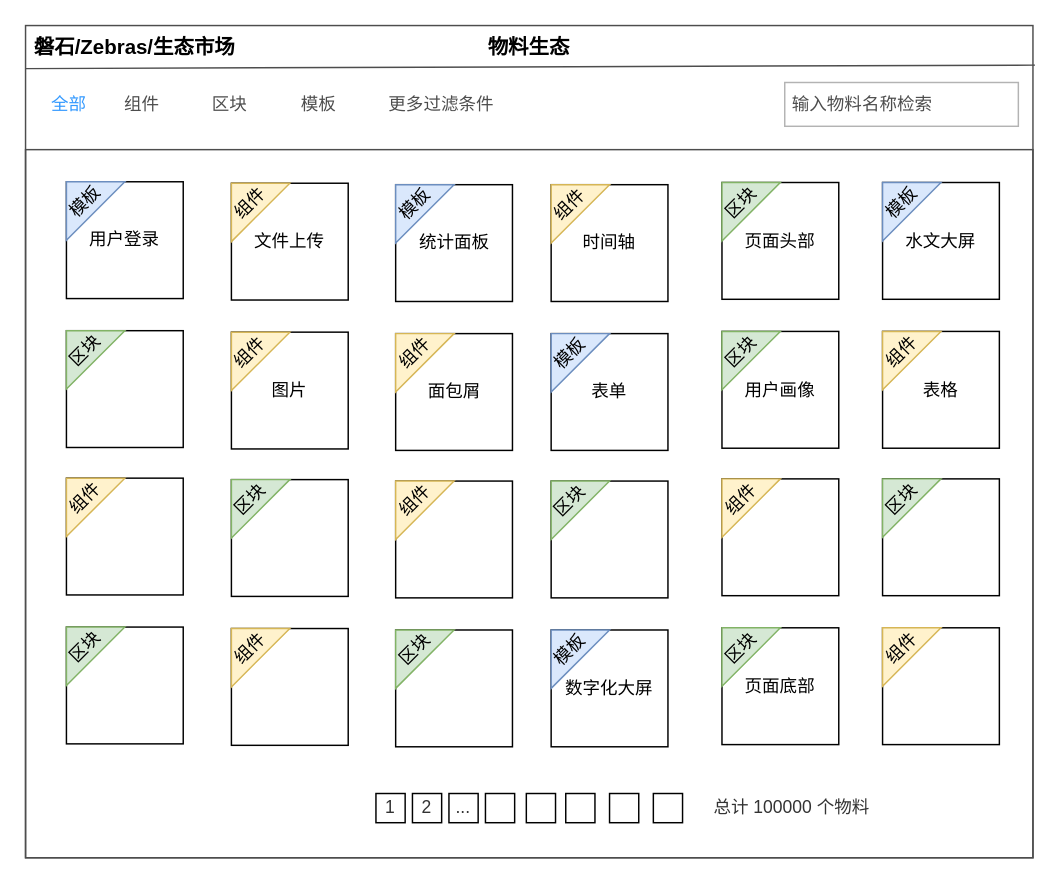
This is 低代码—物料市场.drawio from tangyaosimida/love, a draw.io file, before an edit. Source tidied: cells renumbered, new cells numbered last; positions are measured from the earlier drawing's top-left corner, leaving out a move shared by most shapes. Both pictures are drawn from the tidied source at 146%, with x=0, y=0 at pixel (25, 25).
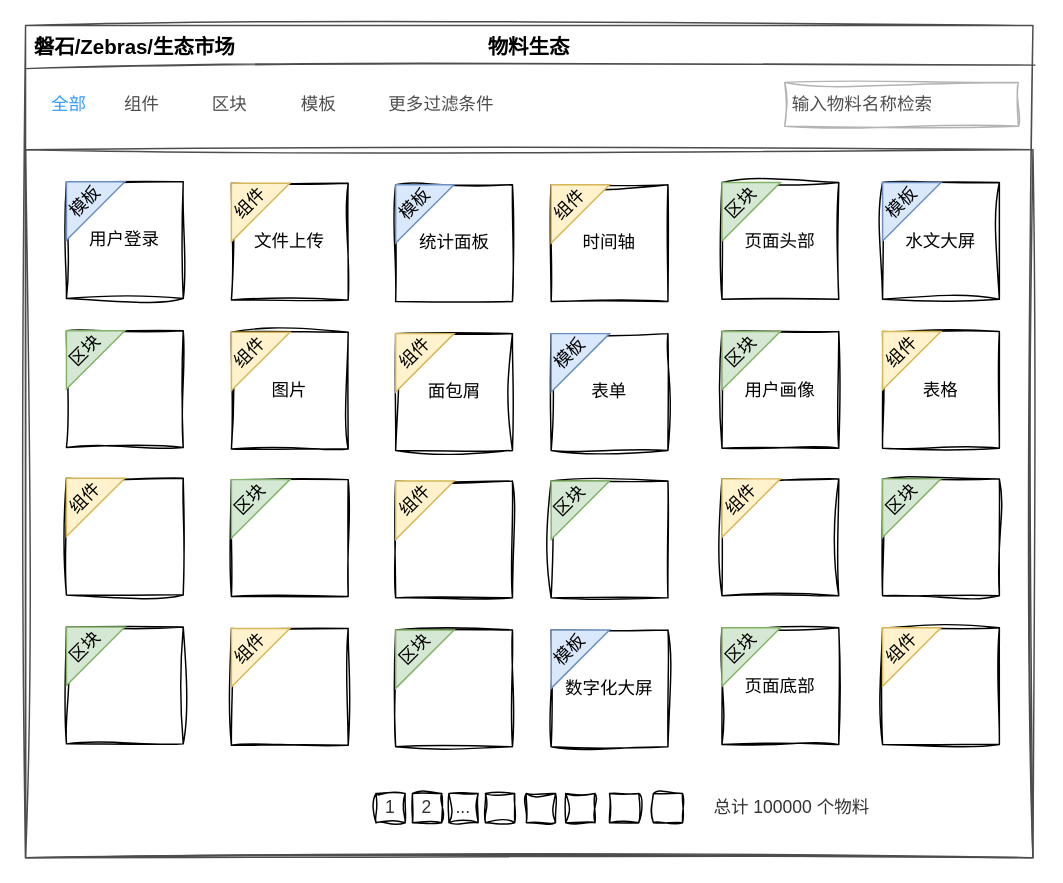
After the change.

Commit message (it also covers changes not shown here):
更新低代码—物料市场.drawio

What changed in the source:
```diff
@@
-    <mxCell id="2" style="rounded=0;whiteSpace=wrap;html=1;fillColor=none;strokeColor=#4D4D4D;shadow=0;" parent="1" vertex="1">
+    <mxCell id="2" style="rounded=0;whiteSpace=wrap;html=1;fillColor=none;strokeColor=#4D4D4D;shadow=0;sketch=1;curveFitting=1;jiggle=2;" parent="1" vertex="1">
       <mxGeometry width="690" height="570" as="geometry" />
     </mxCell>
-    <mxCell id="3" style="rounded=0;whiteSpace=wrap;html=1;fillColor=none;strokeColor=#4D4D4D;shadow=0;" parent="1" vertex="1">
+    <mxCell id="3" style="rounded=0;whiteSpace=wrap;html=1;fillColor=none;strokeColor=#4D4D4D;shadow=0;sketch=1;curveFitting=1;jiggle=2;" parent="1" vertex="1">
       <mxGeometry y="85" width="690" height="485" as="geometry" />
     </mxCell>
-    <mxCell id="4" value="物料生态" style="text;html=1;align=center;verticalAlign=middle;whiteSpace=wrap;rounded=0;fontSize=14;fontStyle=1;shadow=0;" parent="1" vertex="1">
+    <mxCell id="4" value="物料生态" style="text;html=1;align=center;verticalAlign=middle;whiteSpace=wrap;rounded=0;fontSize=14;fontStyle=1;shadow=0;sketch=1;curveFitting=1;jiggle=2;" parent="1" vertex="1">
       <mxGeometry x="315" width="60" height="30" as="geometry" />
     </mxCell>
-    <mxCell id="5" value="磐石/Zebras/生态市场" style="text;html=1;align=center;verticalAlign=middle;whiteSpace=wrap;rounded=0;fontSize=14;fontStyle=1;shadow=0;" parent="1" vertex="1">
+    <mxCell id="5" value="磐石/Zebras/生态市场" style="text;html=1;align=center;verticalAlign=middle;whiteSpace=wrap;rounded=0;fontSize=14;fontStyle=1;shadow=0;sketch=1;curveFitting=1;jiggle=2;" parent="1" vertex="1">
       <mxGeometry width="150" height="30" as="geometry" />
     </mxCell>
-    <mxCell id="6" value="&lt;font color=&quot;#4d4d4d&quot;&gt;&amp;nbsp;输入物料名称检索&lt;/font&gt;" style="text;html=1;align=left;verticalAlign=middle;whiteSpace=wrap;rounded=0;strokeColor=#B3B3B3;shadow=0;" parent="1" vertex="1">
+    <mxCell id="6" value="&lt;font color=&quot;#4d4d4d&quot;&gt;&amp;nbsp;输入物料名称检索&lt;/font&gt;" style="text;html=1;align=left;verticalAlign=middle;whiteSpace=wrap;rounded=0;strokeColor=#B3B3B3;shadow=0;sketch=1;curveFitting=1;jiggle=2;" parent="1" vertex="1">
       <mxGeometry x="520" y="39" width="160" height="30" as="geometry" />
     </mxCell>
-    <mxCell id="7" value="全部" style="text;html=1;align=center;verticalAlign=middle;whiteSpace=wrap;rounded=0;fontColor=#3399FF;shadow=0;" parent="1" vertex="1">
+    <mxCell id="7" value="全部" style="text;html=1;align=center;verticalAlign=middle;whiteSpace=wrap;rounded=0;fontColor=#3399FF;shadow=0;sketch=1;curveFitting=1;jiggle=2;" parent="1" vertex="1">
       <mxGeometry y="39" width="60" height="30" as="geometry" />
     </mxCell>
-    <mxCell id="8" value="组件" style="text;html=1;align=center;verticalAlign=middle;whiteSpace=wrap;rounded=0;fontColor=#4D4D4D;shadow=0;" parent="1" vertex="1">
+    <mxCell id="8" value="组件" style="text;html=1;align=center;verticalAlign=middle;whiteSpace=wrap;rounded=0;fontColor=#4D4D4D;shadow=0;sketch=1;curveFitting=1;jiggle=2;" parent="1" vertex="1">
       <mxGeometry x="60" y="39" width="40" height="30" as="geometry" />
     </mxCell>
-    <mxCell id="9" value="&lt;font&gt;区块&lt;/font&gt;" style="text;html=1;align=center;verticalAlign=middle;whiteSpace=wrap;rounded=0;shadow=0;fontColor=#4D4D4D;" parent="1" vertex="1">
+    <mxCell id="9" value="&lt;font&gt;区块&lt;/font&gt;" style="text;html=1;align=center;verticalAlign=middle;whiteSpace=wrap;rounded=0;shadow=0;fontColor=#4D4D4D;sketch=1;curveFitting=1;jiggle=2;" parent="1" vertex="1">
       <mxGeometry x="120" y="39" width="40" height="30" as="geometry" />
     </mxCell>
-    <mxCell id="10" value="&lt;font&gt;模板&lt;/font&gt;" style="text;html=1;align=center;verticalAlign=middle;whiteSpace=wrap;rounded=0;shadow=0;fontColor=#4D4D4D;" parent="1" vertex="1">
+    <mxCell id="10" value="&lt;font&gt;模板&lt;/font&gt;" style="text;html=1;align=center;verticalAlign=middle;whiteSpace=wrap;rounded=0;shadow=0;fontColor=#4D4D4D;sketch=1;curveFitting=1;jiggle=2;" parent="1" vertex="1">
       <mxGeometry x="181" y="39" width="40" height="30" as="geometry" />
     </mxCell>
-    <mxCell id="11" style="whiteSpace=wrap;html=1;fillColor=none;shadow=0;fontColor=#333333;" parent="1" vertex="1">
+    <mxCell id="11" style="whiteSpace=wrap;html=1;fillColor=none;shadow=0;fontColor=#333333;sketch=1;curveFitting=1;jiggle=2;" parent="1" vertex="1">
       <mxGeometry x="343" y="526" width="20" height="20" as="geometry" />
     </mxCell>
-    <mxCell id="12" style="whiteSpace=wrap;html=1;fillColor=none;shadow=0;fontColor=#333333;" parent="1" vertex="1">
+    <mxCell id="12" style="whiteSpace=wrap;html=1;fillColor=none;shadow=0;fontColor=#333333;sketch=1;curveFitting=1;jiggle=2;" parent="1" vertex="1">
       <mxGeometry x="315" y="526" width="20" height="20" as="geometry" />
     </mxCell>
-    <mxCell id="13" value="..." style="whiteSpace=wrap;html=1;fillColor=none;shadow=0;fontColor=#333333;" parent="1" vertex="1">
+    <mxCell id="13" value="..." style="whiteSpace=wrap;html=1;fillColor=none;shadow=0;fontColor=#333333;sketch=1;curveFitting=1;jiggle=2;" parent="1" vertex="1">
       <mxGeometry x="290" y="526" width="20" height="20" as="geometry" />
     </mxCell>
-    <mxCell id="14" value="2" style="whiteSpace=wrap;html=1;fillColor=none;shadow=0;fontColor=#333333;" parent="1" vertex="1">
+    <mxCell id="14" value="2" style="whiteSpace=wrap;html=1;fillColor=none;shadow=0;fontColor=#333333;sketch=1;curveFitting=1;jiggle=2;" parent="1" vertex="1">
       <mxGeometry x="265" y="526" width="20" height="20" as="geometry" />
     </mxCell>
-    <mxCell id="15" value="1" style="whiteSpace=wrap;html=1;fillColor=none;shadow=0;fontColor=#333333;" parent="1" vertex="1">
+    <mxCell id="15" value="1" style="whiteSpace=wrap;html=1;fillColor=none;shadow=0;fontColor=#333333;sketch=1;curveFitting=1;jiggle=2;" parent="1" vertex="1">
       <mxGeometry x="240" y="526" width="20" height="20" as="geometry" />
     </mxCell>
-    <mxCell id="16" style="whiteSpace=wrap;html=1;fillColor=none;shadow=0;fontColor=#333333;" parent="1" vertex="1">
+    <mxCell id="16" style="whiteSpace=wrap;html=1;fillColor=none;shadow=0;fontColor=#333333;sketch=1;curveFitting=1;jiggle=2;" parent="1" vertex="1">
       <mxGeometry x="370" y="526" width="20" height="20" as="geometry" />
     </mxCell>
-    <mxCell id="17" style="whiteSpace=wrap;html=1;fillColor=none;shadow=0;fontColor=#333333;" parent="1" vertex="1">
+    <mxCell id="17" style="whiteSpace=wrap;html=1;fillColor=none;shadow=0;fontColor=#333333;sketch=1;curveFitting=1;jiggle=2;" parent="1" vertex="1">
       <mxGeometry x="400" y="526" width="20" height="20" as="geometry" />
     </mxCell>
-    <mxCell id="18" style="whiteSpace=wrap;html=1;fillColor=none;shadow=0;fontColor=#333333;" parent="1" vertex="1">
+    <mxCell id="18" style="whiteSpace=wrap;html=1;fillColor=none;shadow=0;fontColor=#333333;sketch=1;curveFitting=1;jiggle=2;" parent="1" vertex="1">
       <mxGeometry x="430" y="526" width="20" height="20" as="geometry" />
     </mxCell>
-    <mxCell id="19" value="总计 100000 个物料" style="text;html=1;align=center;verticalAlign=middle;whiteSpace=wrap;rounded=0;shadow=0;fontColor=#333333;" parent="1" vertex="1">
+    <mxCell id="19" value="总计 100000 个物料" style="text;html=1;align=center;verticalAlign=middle;whiteSpace=wrap;rounded=0;shadow=0;fontColor=#333333;sketch=1;curveFitting=1;jiggle=2;" parent="1" vertex="1">
       <mxGeometry x="470" y="521" width="110" height="30" as="geometry" />
     </mxCell>
-    <mxCell id="20" style="endArrow=none;html=1;rounded=0;entryX=1.002;entryY=0.034;entryDx=0;entryDy=0;entryPerimeter=0;exitX=0;exitY=0.75;exitDx=0;exitDy=0;strokeColor=#4D4D4D;shadow=0;" parent="1" edge="1">
+    <mxCell id="20" style="endArrow=none;html=1;rounded=0;entryX=1.002;entryY=0.034;entryDx=0;entryDy=0;entryPerimeter=0;exitX=0;exitY=0.75;exitDx=0;exitDy=0;strokeColor=#4D4D4D;shadow=0;sketch=1;curveFitting=1;jiggle=2;" parent="1" edge="1">
       <mxGeometry relative="1" as="geometry">
         <mxPoint y="29.5" as="sourcePoint" />
         <mxPoint x="691.4" y="27.1" as="targetPoint" />
       </mxGeometry>
     </mxCell>
-    <mxCell id="21" value="&lt;font color=&quot;#4d4d4d&quot;&gt;更多过滤条件&lt;/font&gt;" style="text;html=1;align=center;verticalAlign=middle;whiteSpace=wrap;rounded=0;shadow=0;fontColor=#333333;fillColor=none;strokeColor=none;" parent="1" vertex="1">
+    <mxCell id="21" value="&lt;font color=&quot;#4d4d4d&quot;&gt;更多过滤条件&lt;/font&gt;" style="text;html=1;align=center;verticalAlign=middle;whiteSpace=wrap;rounded=0;shadow=0;fontColor=#333333;fillColor=none;strokeColor=none;sketch=1;curveFitting=1;jiggle=2;" parent="1" vertex="1">
       <mxGeometry x="240" y="39" width="90" height="30" as="geometry" />
     </mxCell>
-    <mxCell id="22" value="用户登录" style="whiteSpace=wrap;html=1;" parent="1" vertex="1">
+    <mxCell id="22" value="用户登录" style="whiteSpace=wrap;html=1;sketch=1;curveFitting=1;jiggle=2;" parent="1" vertex="1">
       <mxGeometry x="28" y="107" width="80" height="80" as="geometry" />
     </mxCell>
@@
-    <mxCell id="25" value="文件上传" style="whiteSpace=wrap;html=1;" parent="1" vertex="1">
+    <mxCell id="25" value="文件上传" style="whiteSpace=wrap;html=1;sketch=1;curveFitting=1;jiggle=2;" parent="1" vertex="1">
       <mxGeometry x="141" y="108" width="80" height="80" as="geometry" />
     </mxCell>
@@
-    <mxCell id="28" value="统计面板" style="whiteSpace=wrap;html=1;" parent="1" vertex="1">
+    <mxCell id="28" value="统计面板" style="whiteSpace=wrap;html=1;sketch=1;curveFitting=1;jiggle=2;" parent="1" vertex="1">
       <mxGeometry x="253.5" y="109" width="80" height="80" as="geometry" />
     </mxCell>
@@
-    <mxCell id="31" value="时间轴" style="whiteSpace=wrap;html=1;" parent="1" vertex="1">
+    <mxCell id="31" value="时间轴" style="whiteSpace=wrap;html=1;sketch=1;curveFitting=1;jiggle=2;" parent="1" vertex="1">
       <mxGeometry x="360" y="109" width="80" height="80" as="geometry" />
     </mxCell>
@@
-    <mxCell id="34" value="页面头部" style="whiteSpace=wrap;html=1;" parent="1" vertex="1">
+    <mxCell id="34" value="页面头部" style="whiteSpace=wrap;html=1;sketch=1;curveFitting=1;jiggle=2;" parent="1" vertex="1">
       <mxGeometry x="477" y="107.5" width="80" height="80" as="geometry" />
     </mxCell>
@@
-    <mxCell id="37" value="水文大屏" style="whiteSpace=wrap;html=1;" parent="1" vertex="1">
+    <mxCell id="37" value="水文大屏" style="whiteSpace=wrap;html=1;sketch=1;curveFitting=1;jiggle=2;" parent="1" vertex="1">
       <mxGeometry x="587" y="107.5" width="80" height="80" as="geometry" />
     </mxCell>
@@
-    <mxCell id="40" style="whiteSpace=wrap;html=1;" parent="1" vertex="1">
+    <mxCell id="40" style="whiteSpace=wrap;html=1;sketch=1;curveFitting=1;jiggle=2;" parent="1" vertex="1">
       <mxGeometry x="28" y="209" width="80" height="80" as="geometry" />
     </mxCell>
@@
-    <mxCell id="43" value="图片" style="whiteSpace=wrap;html=1;" parent="1" vertex="1">
+    <mxCell id="43" value="图片" style="whiteSpace=wrap;html=1;sketch=1;curveFitting=1;jiggle=2;" parent="1" vertex="1">
       <mxGeometry x="141" y="210" width="80" height="80" as="geometry" />
     </mxCell>
@@
-    <mxCell id="46" value="面包屑" style="whiteSpace=wrap;html=1;" parent="1" vertex="1">
+    <mxCell id="46" value="面包屑" style="whiteSpace=wrap;html=1;sketch=1;curveFitting=1;jiggle=2;" parent="1" vertex="1">
       <mxGeometry x="253.5" y="211" width="80" height="80" as="geometry" />
     </mxCell>
@@
-    <mxCell id="49" value="表单" style="whiteSpace=wrap;html=1;" parent="1" vertex="1">
+    <mxCell id="49" value="表单" style="whiteSpace=wrap;html=1;sketch=1;curveFitting=1;jiggle=2;" parent="1" vertex="1">
       <mxGeometry x="360" y="211" width="80" height="80" as="geometry" />
     </mxCell>
@@
-    <mxCell id="52" value="用户画像" style="whiteSpace=wrap;html=1;" parent="1" vertex="1">
+    <mxCell id="52" value="用户画像" style="whiteSpace=wrap;html=1;sketch=1;curveFitting=1;jiggle=2;" parent="1" vertex="1">
       <mxGeometry x="477" y="209.5" width="80" height="80" as="geometry" />
     </mxCell>
@@
-    <mxCell id="55" value="表格" style="whiteSpace=wrap;html=1;" parent="1" vertex="1">
+    <mxCell id="55" value="表格" style="whiteSpace=wrap;html=1;sketch=1;curveFitting=1;jiggle=2;" parent="1" vertex="1">
       <mxGeometry x="587" y="209.5" width="80" height="80" as="geometry" />
     </mxCell>
@@
-    <mxCell id="58" style="whiteSpace=wrap;html=1;" parent="1" vertex="1">
+    <mxCell id="58" style="whiteSpace=wrap;html=1;sketch=1;curveFitting=1;jiggle=2;" parent="1" vertex="1">
       <mxGeometry x="28" y="310" width="80" height="80" as="geometry" />
     </mxCell>
@@
-    <mxCell id="61" style="whiteSpace=wrap;html=1;" parent="1" vertex="1">
+    <mxCell id="61" style="whiteSpace=wrap;html=1;sketch=1;curveFitting=1;jiggle=2;" parent="1" vertex="1">
       <mxGeometry x="141" y="311" width="80" height="80" as="geometry" />
     </mxCell>
@@
-    <mxCell id="64" style="whiteSpace=wrap;html=1;" parent="1" vertex="1">
+    <mxCell id="64" style="whiteSpace=wrap;html=1;sketch=1;curveFitting=1;jiggle=2;" parent="1" vertex="1">
       <mxGeometry x="253.5" y="312" width="80" height="80" as="geometry" />
     </mxCell>
@@
-    <mxCell id="67" style="whiteSpace=wrap;html=1;" parent="1" vertex="1">
+    <mxCell id="67" style="whiteSpace=wrap;html=1;sketch=1;curveFitting=1;jiggle=2;" parent="1" vertex="1">
       <mxGeometry x="360" y="312" width="80" height="80" as="geometry" />
     </mxCell>
@@
-    <mxCell id="70" style="whiteSpace=wrap;html=1;" parent="1" vertex="1">
+    <mxCell id="70" style="whiteSpace=wrap;html=1;sketch=1;curveFitting=1;jiggle=2;" parent="1" vertex="1">
       <mxGeometry x="477" y="310.5" width="80" height="80" as="geometry" />
     </mxCell>
@@
-    <mxCell id="73" style="whiteSpace=wrap;html=1;" parent="1" vertex="1">
+    <mxCell id="73" style="whiteSpace=wrap;html=1;sketch=1;curveFitting=1;jiggle=2;" parent="1" vertex="1">
       <mxGeometry x="587" y="310.5" width="80" height="80" as="geometry" />
     </mxCell>
@@
-    <mxCell id="76" style="whiteSpace=wrap;html=1;" parent="1" vertex="1">
+    <mxCell id="76" style="whiteSpace=wrap;html=1;sketch=1;curveFitting=1;jiggle=2;" parent="1" vertex="1">
       <mxGeometry x="28" y="412" width="80" height="80" as="geometry" />
     </mxCell>
@@
-    <mxCell id="79" style="whiteSpace=wrap;html=1;" parent="1" vertex="1">
+    <mxCell id="79" style="whiteSpace=wrap;html=1;sketch=1;curveFitting=1;jiggle=2;" parent="1" vertex="1">
       <mxGeometry x="141" y="413" width="80" height="80" as="geometry" />
     </mxCell>
@@
-    <mxCell id="82" style="whiteSpace=wrap;html=1;" parent="1" vertex="1">
+    <mxCell id="82" style="whiteSpace=wrap;html=1;sketch=1;curveFitting=1;jiggle=2;" parent="1" vertex="1">
       <mxGeometry x="253.5" y="414" width="80" height="80" as="geometry" />
     </mxCell>
@@
-    <mxCell id="85" value="数字化大屏" style="whiteSpace=wrap;html=1;" parent="1" vertex="1">
+    <mxCell id="85" value="数字化大屏" style="whiteSpace=wrap;html=1;sketch=1;curveFitting=1;jiggle=2;" parent="1" vertex="1">
       <mxGeometry x="360" y="414" width="80" height="80" as="geometry" />
     </mxCell>
@@
-    <mxCell id="88" value="页面底部" style="whiteSpace=wrap;html=1;" parent="1" vertex="1">
+    <mxCell id="88" value="页面底部" style="whiteSpace=wrap;html=1;sketch=1;curveFitting=1;jiggle=2;" parent="1" vertex="1">
       <mxGeometry x="477" y="412.5" width="80" height="80" as="geometry" />
     </mxCell>
@@
-    <mxCell id="91" style="whiteSpace=wrap;html=1;" parent="1" vertex="1">
+    <mxCell id="91" style="whiteSpace=wrap;html=1;sketch=1;curveFitting=1;jiggle=2;" parent="1" vertex="1">
       <mxGeometry x="587" y="412.5" width="80" height="80" as="geometry" />
     </mxCell>
```
